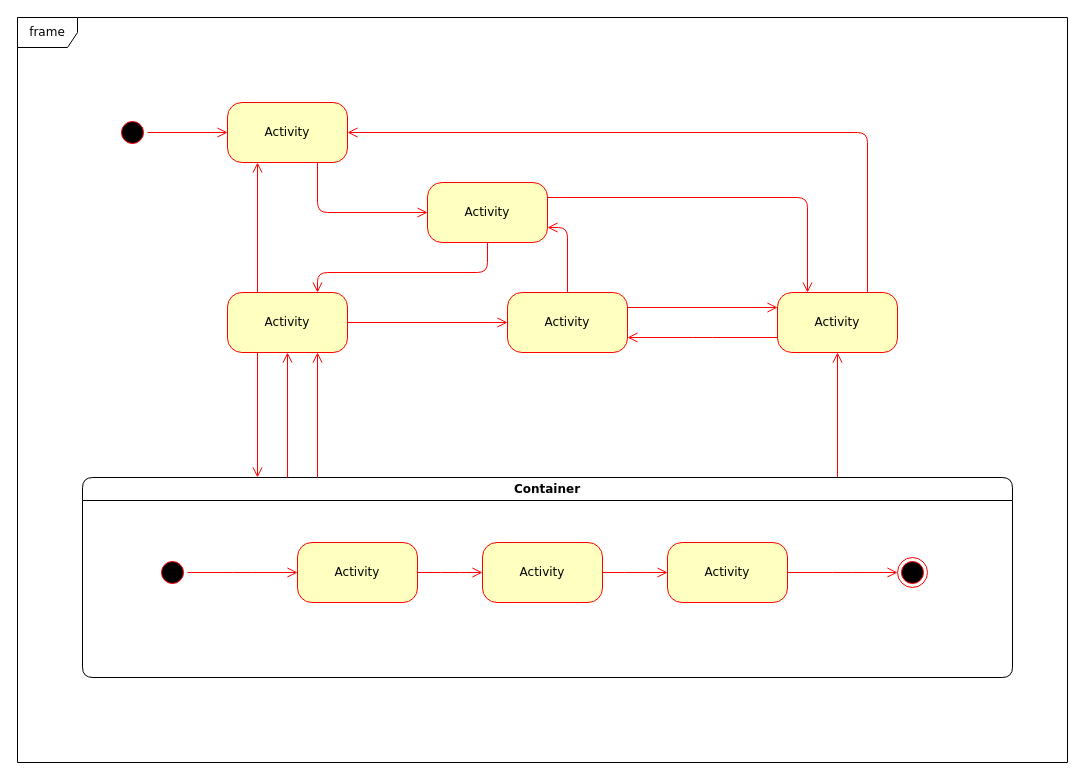
The draw.io diagram Untitled Diagram.drawio in ArtOliRib/LP1_Lista_2, before the edit. Source tidied: cells renumbered, new cells numbered last; positions are measured from the earlier drawing's top-left corner, leaving out a move shared by most shapes. Both pictures are drawn from the tidied source at 100%, with x=0, y=0 at pixel (17, 17).
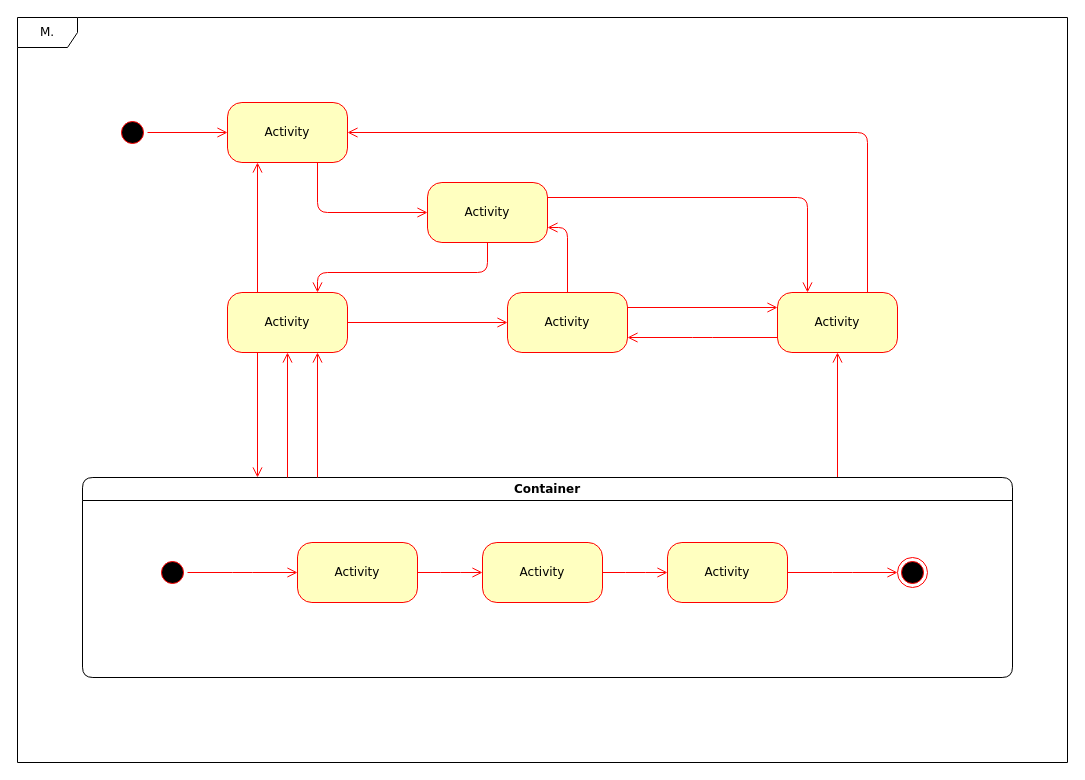
The same diagram, later.

The edit, as a diff of the source:
```diff
@@
-    <mxCell id="22" value="frame" style="shape=umlFrame;whiteSpace=wrap;html=1;rounded=1;shadow=0;comic=0;labelBackgroundColor=none;strokeWidth=1;fontFamily=Verdana;fontSize=12;align=center;" parent="1" vertex="1">
+    <mxCell id="22" value="&lt;div&gt;M.&lt;/div&gt;" style="shape=umlFrame;whiteSpace=wrap;html=1;rounded=1;shadow=0;comic=0;labelBackgroundColor=none;strokeWidth=1;fontFamily=Verdana;fontSize=12;align=center;" parent="1" vertex="1">
       <mxGeometry width="1050" height="745" as="geometry" />
     </mxCell>
```
